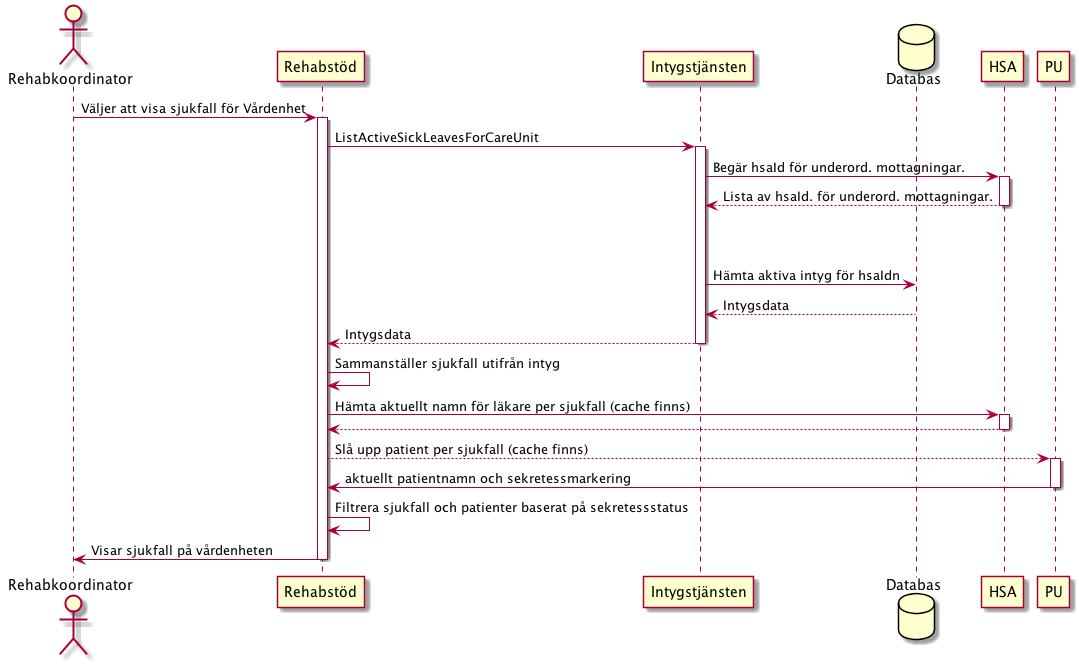
The PlantUML diagram docs/plantuml/sok-sjukfall-rk.png in sklintyg/rehabstod, before a commit. Its source is kept beside it as docs/plantuml/sok-sjukfall-rk.puml. The source it was exported from:
```plantuml
@startuml
actor Rehabkoordinator
Rehabkoordinator -> Rehabstöd: Väljer att visa sjukfall för Vårdenhet
activate Rehabstöd
    Rehabstöd -> Intygstjänsten: ListActiveSickLeavesForCareUnit

    database Databas
    activate Intygstjänsten
        Intygstjänsten -> HSA: Begär hsaId för underord. mottagningar.
        activate HSA
            HSA --> Intygstjänsten: Lista av hsaId. för underord. mottagningar.
        deactivate HSA
        |||
        |||
        Intygstjänsten -> Databas: Hämta aktiva intyg för hsaIdn
        Databas --> Intygstjänsten: Intygsdata
        Intygstjänsten --> Rehabstöd: Intygsdata
    deactivate Intygstjänsten
    Rehabstöd -> Rehabstöd: Sammanställer sjukfall utifrån intyg
    Rehabstöd -> HSA: Hämta aktuellt namn för läkare per sjukfall (cache finns)
    activate HSA
       HSA --> Rehabstöd
    deactivate HSA
        Rehabstöd --> PU: Slå upp patient per sjukfall (cache finns)
    activate PU
        PU -> Rehabstöd: aktuellt patientnamn och sekretessmarkering
    deactivate PU
    Rehabstöd -> Rehabstöd: Filtrera sjukfall och patienter baserat på sekretessstatus

    Rehabstöd -> Rehabkoordinator: Visar sjukfall på vårdenheten
deactivate Rehabstöd
@enduml
```
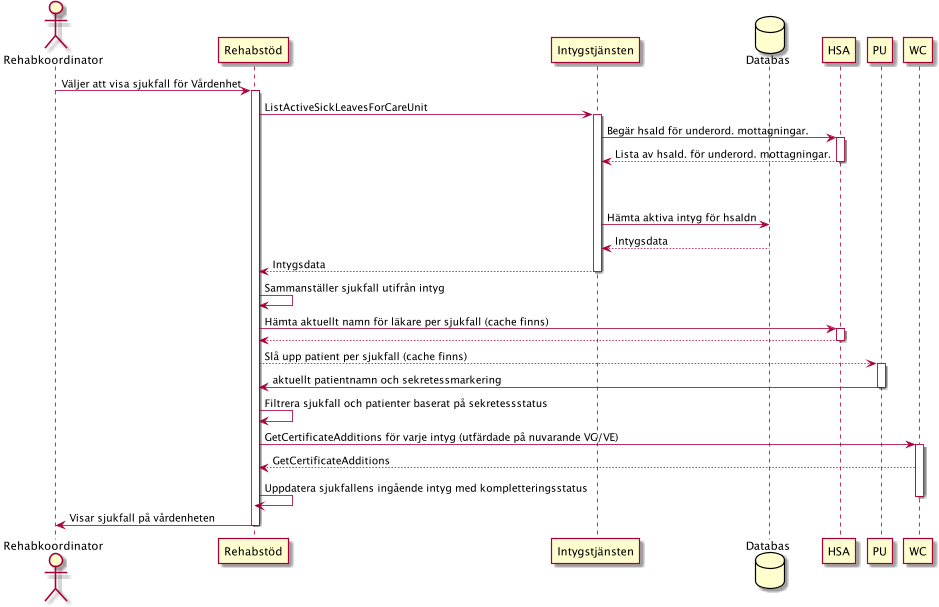
Above is the later version.

Change to the diagram source:
```diff
@@ -27,6 +27,12 @@
     deactivate PU
     Rehabstöd -> Rehabstöd: Filtrera sjukfall och patienter baserat på sekretessstatus
 
+    Rehabstöd -> WC: GetCertificateAdditions för varje intyg (utfärdade på nuvarande VG/VE)
+     activate WC
+    WC --> Rehabstöd: GetCertificateAdditions
+    Rehabstöd -> Rehabstöd: Uppdatera sjukfallens ingående intyg med kompletteringsstatus
+    deactivate WC
+
     Rehabstöd -> Rehabkoordinator: Visar sjukfall på vårdenheten
 deactivate Rehabstöd
 @enduml
```
